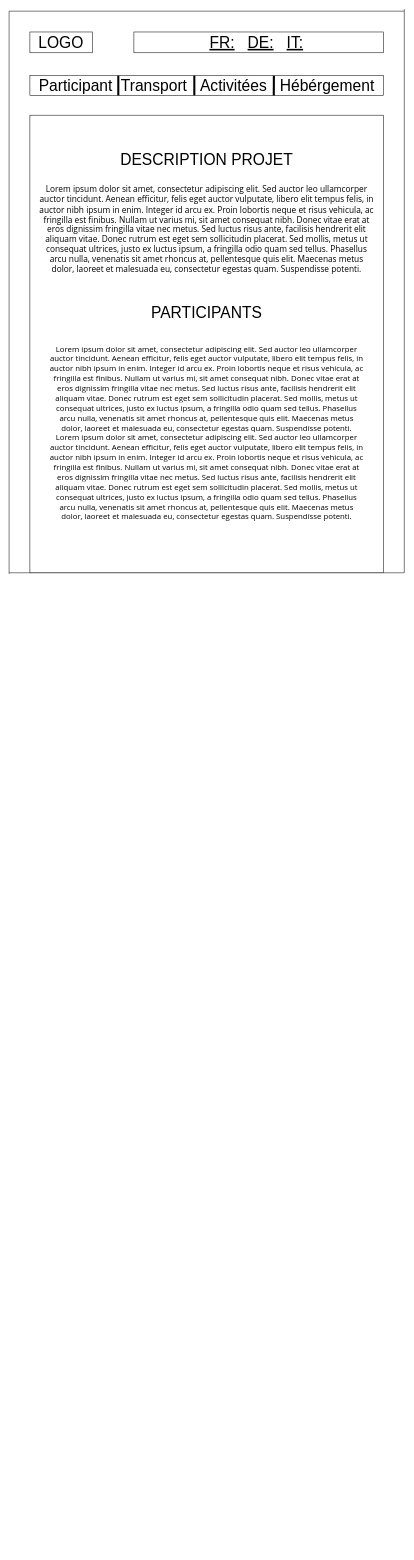
Earlier version of the draw.io diagram docs/WireFrame A.drawio (BPTdev/ICT-120-BPT). Source tidied: cells renumbered, new cells numbered last; positions are measured from the earlier drawing's top-left corner, leaving out a move shared by most shapes. Both pictures are drawn from the tidied source at 52%, with x=0, y=0 at pixel (9, 9).
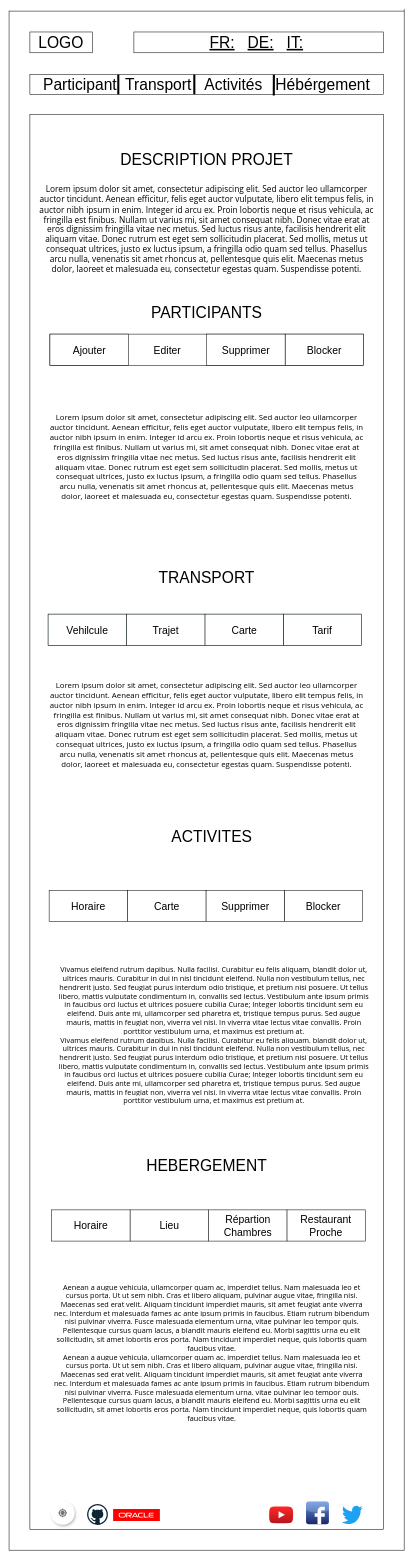
After the change.

Diff of the diagram source:
```diff
@@
     <mxCell id="3" style="endArrow=none;html=1;" parent="1" edge="1">
       <mxGeometry relative="1" as="geometry">
-        <mxPoint y="1086" as="sourcePoint" />
-        <mxPoint y="4" as="targetPoint" />
+        <mxPoint y="2964" as="sourcePoint" />
+        <mxPoint y="3" as="targetPoint" />
       </mxGeometry>
     </mxCell>
     <mxCell id="4" style="endArrow=none;html=1;" parent="1" edge="1">
       <mxGeometry relative="1" as="geometry">
-        <mxPoint x="760" y="1084" as="sourcePoint" />
-        <mxPoint y="1084" as="targetPoint" />
+        <mxPoint x="760" y="2964" as="sourcePoint" />
+        <mxPoint y="2964" as="targetPoint" />
       </mxGeometry>
     </mxCell>
     <mxCell id="5" style="endArrow=none;html=1;" parent="1" edge="1">
       <mxGeometry relative="1" as="geometry">
         <mxPoint x="760" as="sourcePoint" />
-        <mxPoint x="760" y="1084" as="targetPoint" />
+        <mxPoint x="760" y="2964" as="targetPoint" />
       </mxGeometry>
     </mxCell>
@@
-    <mxCell id="8" value="&lt;span style=&quot;font-size: 30px&quot;&gt;Participant&amp;nbsp; Transport&amp;nbsp; &amp;nbsp;Activitées&amp;nbsp; &amp;nbsp;Hébérgement&lt;/span&gt;" style="rounded=0;whiteSpace=wrap;html=1;" parent="1" vertex="1">
-      <mxGeometry x="40" y="128" width="680" height="38" as="geometry" />
+    <mxCell id="8" value="&lt;span style=&quot;font-size: 30px&quot;&gt;Participant&amp;nbsp; Transport&amp;nbsp; &amp;nbsp;Activités&amp;nbsp; &amp;nbsp;Hébérgement&lt;/span&gt;" style="rounded=0;whiteSpace=wrap;html=1;" parent="1" vertex="1">
+      <mxGeometry x="40" y="126" width="680" height="38" as="geometry" />
     </mxCell>
     <mxCell id="9" style="rounded=0;whiteSpace=wrap;html=1;" parent="1" vertex="1">
-      <mxGeometry x="40" y="204" width="680" height="880" as="geometry" />
+      <mxGeometry x="40" y="203" width="680" height="2721" as="geometry" />
     </mxCell>
@@
-    <mxCell id="16" value="&lt;font style=&quot;font-size: 15px&quot;&gt;&lt;span style=&quot;font-family: &amp;#34;open sans&amp;#34; , &amp;#34;arial&amp;#34; , sans-serif ; text-align: justify ; background-color: rgb(255 , 255 , 255)&quot;&gt;Lorem ipsum dolor sit amet, consectetur adipiscing elit. Sed auctor leo ullamcorper auctor tincidunt. Aenean efficitur, felis eget auctor vulputate, libero elit tempus felis, in auctor nibh ipsum in enim. Integer id arcu ex. Proin lobortis neque et risus vehicula, ac fringilla est finibus. Nullam ut varius mi, sit amet consequat nibh. Donec vitae erat at eros dignissim fringilla vitae nec metus. Sed luctus risus ante, facilisis hendrerit elit aliquam vitae. Donec rutrum est eget sem sollicitudin placerat. Sed mollis, metus ut consequat ultrices, justo ex luctus ipsum, a fringilla odio quam sed tellus. Phasellus arcu nulla, venenatis sit amet rhoncus at, pellentesque quis elit. Maecenas metus dolor, laoreet et malesuada eu, consectetur egestas quam. Suspendisse potenti.&lt;br&gt;&lt;/span&gt;&lt;span style=&quot;font-family: &amp;#34;open sans&amp;#34; , &amp;#34;arial&amp;#34; , sans-serif ; text-align: justify ; background-color: rgb(255 , 255 , 255)&quot;&gt;Lorem ipsum dolor sit amet, consectetur adipiscing elit. Sed auctor leo ullamcorper auctor tincidunt. Aenean efficitur, felis eget auctor vulputate, libero elit tempus felis, in auctor nibh ipsum in enim. Integer id arcu ex. Proin lobortis neque et risus vehicula, ac fringilla est finibus. Nullam ut varius mi, sit amet consequat nibh. Donec vitae erat at eros dignissim fringilla vitae nec metus. Sed luctus risus ante, facilisis hendrerit elit aliquam vitae. Donec rutrum est eget sem sollicitudin placerat. Sed mollis, metus ut consequat ultrices, justo ex luctus ipsum, a fringilla odio quam sed tellus. Phasellus arcu nulla, venenatis sit amet rhoncus at, pellentesque quis elit. Maecenas metus dolor, laoreet et malesuada eu, consectetur egestas quam. Suspendisse potenti.&lt;/span&gt;&lt;/font&gt;&lt;span style=&quot;font-family: &amp;#34;open sans&amp;#34; , &amp;#34;arial&amp;#34; , sans-serif ; font-size: 14px ; text-align: justify ; background-color: rgb(255 , 255 , 255)&quot;&gt;&lt;br&gt;&lt;/span&gt;" style="text;html=1;strokeColor=none;fillColor=none;align=center;verticalAlign=middle;whiteSpace=wrap;rounded=0;" parent="1" vertex="1">
-      <mxGeometry x="75" y="674" width="610" height="280" as="geometry" />
+    <mxCell id="16" value="&lt;font style=&quot;font-size: 15px&quot;&gt;&lt;span style=&quot;font-family: &amp;#34;open sans&amp;#34; , &amp;#34;arial&amp;#34; , sans-serif ; text-align: justify ; background-color: rgb(255 , 255 , 255)&quot;&gt;Lorem ipsum dolor sit amet, consectetur adipiscing elit. Sed auctor leo ullamcorper auctor tincidunt. Aenean efficitur, felis eget auctor vulputate, libero elit tempus felis, in auctor nibh ipsum in enim. Integer id arcu ex. Proin lobortis neque et risus vehicula, ac fringilla est finibus. Nullam ut varius mi, sit amet consequat nibh. Donec vitae erat at eros dignissim fringilla vitae nec metus. Sed luctus risus ante, facilisis hendrerit elit aliquam vitae. Donec rutrum est eget sem sollicitudin placerat. Sed mollis, metus ut consequat ultrices, justo ex luctus ipsum, a fringilla odio quam sed tellus. Phasellus arcu nulla, venenatis sit amet rhoncus at, pellentesque quis elit. Maecenas metus dolor, laoreet et malesuada eu, consectetur egestas quam. Suspendisse potenti.&lt;br&gt;&lt;/span&gt;&lt;/font&gt;&lt;span style=&quot;font-family: &amp;#34;open sans&amp;#34; , &amp;#34;arial&amp;#34; , sans-serif ; font-size: 14px ; text-align: justify ; background-color: rgb(255 , 255 , 255)&quot;&gt;&lt;br&gt;&lt;/span&gt;" style="text;html=1;strokeColor=none;fillColor=none;align=center;verticalAlign=middle;whiteSpace=wrap;rounded=0;" parent="1" vertex="1">
+      <mxGeometry x="75" y="784" width="610" height="170" as="geometry" />
     </mxCell>
+    <mxCell id="17" value="&lt;font style=&quot;font-size: 30px&quot;&gt;TRANSPORT&lt;/font&gt;" style="text;html=1;strokeColor=none;fillColor=none;align=center;verticalAlign=middle;whiteSpace=wrap;rounded=0;" parent="1" vertex="1">
+      <mxGeometry x="360" y="1083.4" width="40" height="20" as="geometry" />
+    </mxCell>
+    <mxCell id="18" value="&lt;font style=&quot;font-size: 15px&quot;&gt;&lt;span style=&quot;font-family: &amp;#34;open sans&amp;#34; , &amp;#34;arial&amp;#34; , sans-serif ; text-align: justify ; background-color: rgb(255 , 255 , 255)&quot;&gt;Lorem ipsum dolor sit amet, consectetur adipiscing elit. Sed auctor leo ullamcorper auctor tincidunt. Aenean efficitur, felis eget auctor vulputate, libero elit tempus felis, in auctor nibh ipsum in enim. Integer id arcu ex. Proin lobortis neque et risus vehicula, ac fringilla est finibus. Nullam ut varius mi, sit amet consequat nibh. Donec vitae erat at eros dignissim fringilla vitae nec metus. Sed luctus risus ante, facilisis hendrerit elit aliquam vitae. Donec rutrum est eget sem sollicitudin placerat. Sed mollis, metus ut consequat ultrices, justo ex luctus ipsum, a fringilla odio quam sed tellus. Phasellus arcu nulla, venenatis sit amet rhoncus at, pellentesque quis elit. Maecenas metus dolor, laoreet et malesuada eu, consectetur egestas quam. Suspendisse potenti.&lt;br&gt;&lt;/span&gt;&lt;/font&gt;&lt;span style=&quot;font-family: &amp;#34;open sans&amp;#34; , &amp;#34;arial&amp;#34; , sans-serif ; font-size: 14px ; text-align: justify ; background-color: rgb(255 , 255 , 255)&quot;&gt;&lt;br&gt;&lt;/span&gt;" style="text;html=1;strokeColor=none;fillColor=none;align=center;verticalAlign=middle;whiteSpace=wrap;rounded=0;" parent="1" vertex="1">
+      <mxGeometry x="75" y="1304" width="610" height="159" as="geometry" />
+    </mxCell>
+    <mxCell id="19" value="&lt;font style=&quot;font-size: 30px&quot;&gt;ACTIVITES&lt;br&gt;&lt;/font&gt;" style="text;html=1;strokeColor=none;fillColor=none;align=center;verticalAlign=middle;whiteSpace=wrap;rounded=0;" parent="1" vertex="1">
+      <mxGeometry x="370" y="1581.1" width="40" height="20" as="geometry" />
+    </mxCell>
+    <mxCell id="20" value="&lt;span style=&quot;font-family: &amp;#34;open sans&amp;#34; , &amp;#34;arial&amp;#34; , sans-serif ; font-size: 14px ; text-align: justify ; background-color: rgb(255 , 255 , 255)&quot;&gt;Vivamus eleifend rutrum dapibus. Nulla facilisi. Curabitur eu felis aliquam, blandit dolor ut, ultrices mauris. Curabitur in dui in nisl tincidunt eleifend. Nulla non vestibulum tellus, nec hendrerit justo. Sed feugiat purus interdum odio tristique, et pretium nisi posuere. Ut tellus libero, mattis vulputate condimentum in, convallis sed lectus. Vestibulum ante ipsum primis in faucibus orci luctus et ultrices posuere cubilia Curae; Integer lobortis tincidunt sem eu eleifend. Duis ante mi, ullamcorper sed pharetra et, tristique tempus purus. Sed augue mauris, mattis in feugiat non, viverra vel nisi. In viverra vitae lectus vitae convallis. Proin porttitor vestibulum urna, et maximus est pretium at.&lt;br&gt;&lt;/span&gt;&lt;span style=&quot;font-family: &amp;#34;open sans&amp;#34; , &amp;#34;arial&amp;#34; , sans-serif ; font-size: 14px ; text-align: justify ; background-color: rgb(255 , 255 , 255)&quot;&gt;Vivamus eleifend rutrum dapibus. Nulla facilisi. Curabitur eu felis aliquam, blandit dolor ut, ultrices mauris. Curabitur in dui in nisl tincidunt eleifend. Nulla non vestibulum tellus, nec hendrerit justo. Sed feugiat purus interdum odio tristique, et pretium nisi posuere. Ut tellus libero, mattis vulputate condimentum in, convallis sed lectus. Vestibulum ante ipsum primis in faucibus orci luctus et ultrices posuere cubilia Curae; Integer lobortis tincidunt sem eu eleifend. Duis ante mi, ullamcorper sed pharetra et, tristique tempus purus. Sed augue mauris, mattis in feugiat non, viverra vel nisi. In viverra vitae lectus vitae convallis. Proin porttitor vestibulum urna, et maximus est pretium at.&lt;/span&gt;&lt;span style=&quot;font-family: &amp;#34;open sans&amp;#34; , &amp;#34;arial&amp;#34; , sans-serif ; font-size: 14px ; text-align: justify ; background-color: rgb(255 , 255 , 255)&quot;&gt;&lt;br&gt;&lt;/span&gt;" style="text;html=1;strokeColor=none;fillColor=none;align=center;verticalAlign=middle;whiteSpace=wrap;rounded=0;" parent="1" vertex="1">
+      <mxGeometry x="88.5" y="1834.1" width="610" height="280" as="geometry" />
+    </mxCell>
+    <mxCell id="21" style="group;" parent="1" vertex="1">
+      <mxGeometry x="80" y="2868.9" width="600" height="46.1" as="geometry" />
+    </mxCell>
+    <mxCell id="22" style="group;" parent="21" vertex="1">
+      <mxGeometry width="600" height="46" as="geometry" />
+    </mxCell>
+    <mxCell id="23" style="dashed=0;html=1;align=center;labelPosition=center;verticalLabelPosition=bottom;verticalAlign=top;shape=mxgraph.weblogos.twitter;fillColor=#1DA1F2;strokeColor=none;" parent="22" vertex="1">
+      <mxGeometry x="560" y="8" width="40" height="38" as="geometry" />
+    </mxCell>
+    <mxCell id="24" style="dashed=0;html=1;align=center;labelPosition=center;verticalLabelPosition=bottom;verticalAlign=top;shape=mxgraph.weblogos.youtube_2;fillColor=#FF2626;gradientColor=#B5171F;" parent="22" vertex="1">
+      <mxGeometry x="420" y="10.5" width="46.4" height="32.6" as="geometry" />
+    </mxCell>
+    <mxCell id="25" style="shape=ellipse;dashed=0;fillColor=#ffffff;strokeColor=none;shadow=1;fontSize=13;fontColor=#000000;align=center;verticalAlign=top;labelPosition=center;verticalLabelPosition=bottom;html=1;" parent="22" vertex="1">
+      <mxGeometry width="46" height="46" as="geometry" />
+    </mxCell>
+    <mxCell id="26" style="dashed=0;html=1;shape=mxgraph.gmdl.gps;strokeColor=#737373;fillColor=#737373;strokeWidth=2;shadow=0;" parent="25" vertex="1">
+      <mxGeometry x="14.8" y="14.8" width="16.4" height="16.4" as="geometry" />
+    </mxCell>
+    <mxCell id="27" style="dashed=0;html=1;align=center;labelPosition=center;verticalLabelPosition=bottom;verticalAlign=top;shape=mxgraph.webicons.facebook;fillColor=#6294E4;gradientColor=#1A2665;" parent="22" vertex="1">
+      <mxGeometry x="491" y="1" width="44" height="44" as="geometry" />
+    </mxCell>
+    <mxCell id="28" style="dashed=0;html=1;align=center;labelPosition=center;verticalLabelPosition=bottom;verticalAlign=top;shape=mxgraph.weblogos.github;" parent="21" vertex="1">
+      <mxGeometry x="70" y="6.1" width="40" height="40" as="geometry" />
+    </mxCell>
+    <mxCell id="29" style="dashed=0;html=1;align=center;labelPosition=center;verticalLabelPosition=bottom;verticalAlign=top;shape=mxgraph.weblogos.oracle;fillColor=#FF0000;strokeColor=none;" parent="21" vertex="1">
+      <mxGeometry x="120" y="15.6" width="90" height="23" as="geometry" />
+    </mxCell>
+    <mxCell id="30" value="&lt;font style=&quot;font-size: 30px&quot;&gt;HEBERGEMENT&lt;/font&gt;" style="text;html=1;strokeColor=none;fillColor=none;align=center;verticalAlign=middle;whiteSpace=wrap;rounded=0;" parent="1" vertex="1">
+      <mxGeometry x="360" y="2214.1" width="40" height="20" as="geometry" />
+    </mxCell>
+    <mxCell id="31" value="&lt;span style=&quot;font-family: &amp;#34;open sans&amp;#34; , &amp;#34;arial&amp;#34; , sans-serif ; font-size: 14px ; text-align: justify ; background-color: rgb(255 , 255 , 255)&quot;&gt;Aenean a augue vehicula, ullamcorper quam ac, imperdiet tellus. Nam malesuada leo et cursus porta. Ut ut sem nibh. Cras et libero aliquam, pulvinar augue vitae, fringilla nisi. Maecenas sed erat velit. Aliquam tincidunt imperdiet mauris, sit amet feugiat ante viverra nec. Interdum et malesuada fames ac ante ipsum primis in faucibus. Etiam rutrum bibendum nisi pulvinar viverra. Fusce malesuada elementum urna, vitae pulvinar leo tempor quis. Pellentesque cursus quam lacus, a blandit mauris eleifend eu. Morbi sagittis urna eu elit sollicitudin, sit amet lobortis eros porta. Nam tincidunt imperdiet neque, quis lobortis quam faucibus vitae.&lt;br&gt;&lt;/span&gt;&lt;span style=&quot;font-family: &amp;#34;open sans&amp;#34; , &amp;#34;arial&amp;#34; , sans-serif ; font-size: 14px ; text-align: justify ; background-color: rgb(255 , 255 , 255)&quot;&gt;Aenean a augue vehicula, ullamcorper quam ac, imperdiet tellus. Nam malesuada leo et cursus porta. Ut ut sem nibh. Cras et libero aliquam, pulvinar augue vitae, fringilla nisi. Maecenas sed erat velit. Aliquam tincidunt imperdiet mauris, sit amet feugiat ante viverra nec. Interdum et malesuada fames ac ante ipsum primis in faucibus. Etiam rutrum bibendum nisi pulvinar viverra. Fusce malesuada elementum urna, vitae pulvinar leo tempor quis. Pellentesque cursus quam lacus, a blandit mauris eleifend eu. Morbi sagittis urna eu elit sollicitudin, sit amet lobortis eros porta. Nam tincidunt imperdiet neque, quis lobortis quam faucibus vitae.&lt;/span&gt;&lt;span style=&quot;font-family: &amp;#34;open sans&amp;#34; , &amp;#34;arial&amp;#34; , sans-serif ; font-size: 14px ; text-align: justify ; background-color: rgb(255 , 255 , 255)&quot;&gt;&lt;br&gt;&lt;/span&gt;" style="text;html=1;strokeColor=none;fillColor=none;align=center;verticalAlign=middle;whiteSpace=wrap;rounded=0;" parent="1" vertex="1">
+      <mxGeometry x="85" y="2444.1" width="610" height="280" as="geometry" />
+    </mxCell>
+    <mxCell id="32" style="group;strokeColor=#000000;fillColor=none;" parent="1" vertex="1">
+      <mxGeometry x="78.5" y="625" width="603" height="60" as="geometry" />
+    </mxCell>
+    <mxCell id="33" value="Blocker" style="rounded=0;whiteSpace=wrap;html=1;fontSize=20;" parent="32" vertex="1">
+      <mxGeometry x="452.2" width="150.8" height="60" as="geometry" />
+    </mxCell>
+    <mxCell id="34" value="Supprimer" style="rounded=0;whiteSpace=wrap;html=1;fontSize=20;" parent="32" vertex="1">
+      <mxGeometry x="301.5" width="150.8" height="60" as="geometry" />
+    </mxCell>
+    <mxCell id="35" value="Ajouter" style="rounded=0;whiteSpace=wrap;html=1;fontSize=20;" parent="32" vertex="1">
+      <mxGeometry width="150.8" height="60" as="geometry" />
+    </mxCell>
+    <mxCell id="36" value="Editer" style="rounded=0;html=1;fontSize=20;labelBackgroundColor=none;labelBorderColor=none;whiteSpace=wrap;fillColor=none;strokeColor=none;" parent="32" vertex="1">
+      <mxGeometry x="150.8" width="150.8" height="60" as="geometry" />
+    </mxCell>
+    <mxCell id="37" style="group;fillColor=#38FF60;strokeColor=#82b366;" parent="1" vertex="1">
+      <mxGeometry x="75" y="1163.5" width="603" height="60" as="geometry" />
+    </mxCell>
+    <mxCell id="38" value="Tarif&lt;br&gt;" style="rounded=0;whiteSpace=wrap;html=1;fontSize=20;" parent="37" vertex="1">
+      <mxGeometry x="452.2" width="150.8" height="60" as="geometry" />
+    </mxCell>
+    <mxCell id="39" value="Carte&lt;br&gt;" style="rounded=0;whiteSpace=wrap;html=1;fontSize=20;fillColor=#ffffff;strokeColor=#000000;" parent="37" vertex="1">
+      <mxGeometry x="301.5" width="150.8" height="60" as="geometry" />
+    </mxCell>
+    <mxCell id="40" value="Vehilcule" style="rounded=0;whiteSpace=wrap;html=1;fontSize=20;" parent="37" vertex="1">
+      <mxGeometry width="150.8" height="60" as="geometry" />
+    </mxCell>
+    <mxCell id="41" value="Trajet&lt;br&gt;" style="rounded=0;whiteSpace=wrap;html=1;fontSize=20;" parent="37" vertex="1">
+      <mxGeometry x="150.8" width="150.8" height="60" as="geometry" />
+    </mxCell>
+    <mxCell id="42" style="group;" parent="1" vertex="1">
+      <mxGeometry x="77" y="1694.9" width="603" height="60" as="geometry" />
+    </mxCell>
+    <mxCell id="43" value="Blocker" style="rounded=0;whiteSpace=wrap;html=1;fontSize=20;fillColor=none;" parent="42" vertex="1">
+      <mxGeometry x="452.2" width="150.8" height="60" as="geometry" />
+    </mxCell>
+    <mxCell id="44" value="Supprimer" style="rounded=0;whiteSpace=wrap;html=1;fontSize=20;" parent="42" vertex="1">
+      <mxGeometry x="301.5" width="150.8" height="60" as="geometry" />
+    </mxCell>
+    <mxCell id="45" value="Horaire" style="rounded=0;whiteSpace=wrap;html=1;fontSize=20;" parent="42" vertex="1">
+      <mxGeometry width="150.8" height="60" as="geometry" />
+    </mxCell>
+    <mxCell id="46" value="Carte" style="rounded=0;whiteSpace=wrap;html=1;fontSize=20;" parent="42" vertex="1">
+      <mxGeometry x="150.8" width="150.8" height="60" as="geometry" />
+    </mxCell>
+    <mxCell id="47" style="group;" parent="1" vertex="1">
+      <mxGeometry x="82" y="2309.2" width="603" height="60" as="geometry" />
+    </mxCell>
+    <mxCell id="48" value="Restaurant&lt;br&gt;Proche" style="rounded=0;whiteSpace=wrap;html=1;fontSize=20;" parent="47" vertex="1">
+      <mxGeometry x="452.2" width="150.8" height="60" as="geometry" />
+    </mxCell>
+    <mxCell id="49" value="Répartion&lt;br&gt;Chambres" style="rounded=0;whiteSpace=wrap;html=1;fontSize=20;" parent="47" vertex="1">
+      <mxGeometry x="301.5" width="150.8" height="60" as="geometry" />
+    </mxCell>
+    <mxCell id="50" value="Horaire&lt;br&gt;" style="rounded=0;whiteSpace=wrap;html=1;fontSize=20;fillColor=none;" parent="47" vertex="1">
+      <mxGeometry width="150.8" height="60" as="geometry" />
+    </mxCell>
+    <mxCell id="51" value="Lieu" style="rounded=0;whiteSpace=wrap;html=1;fontSize=20;" parent="47" vertex="1">
+      <mxGeometry x="150.8" width="150.8" height="60" as="geometry" />
+    </mxCell>
```
